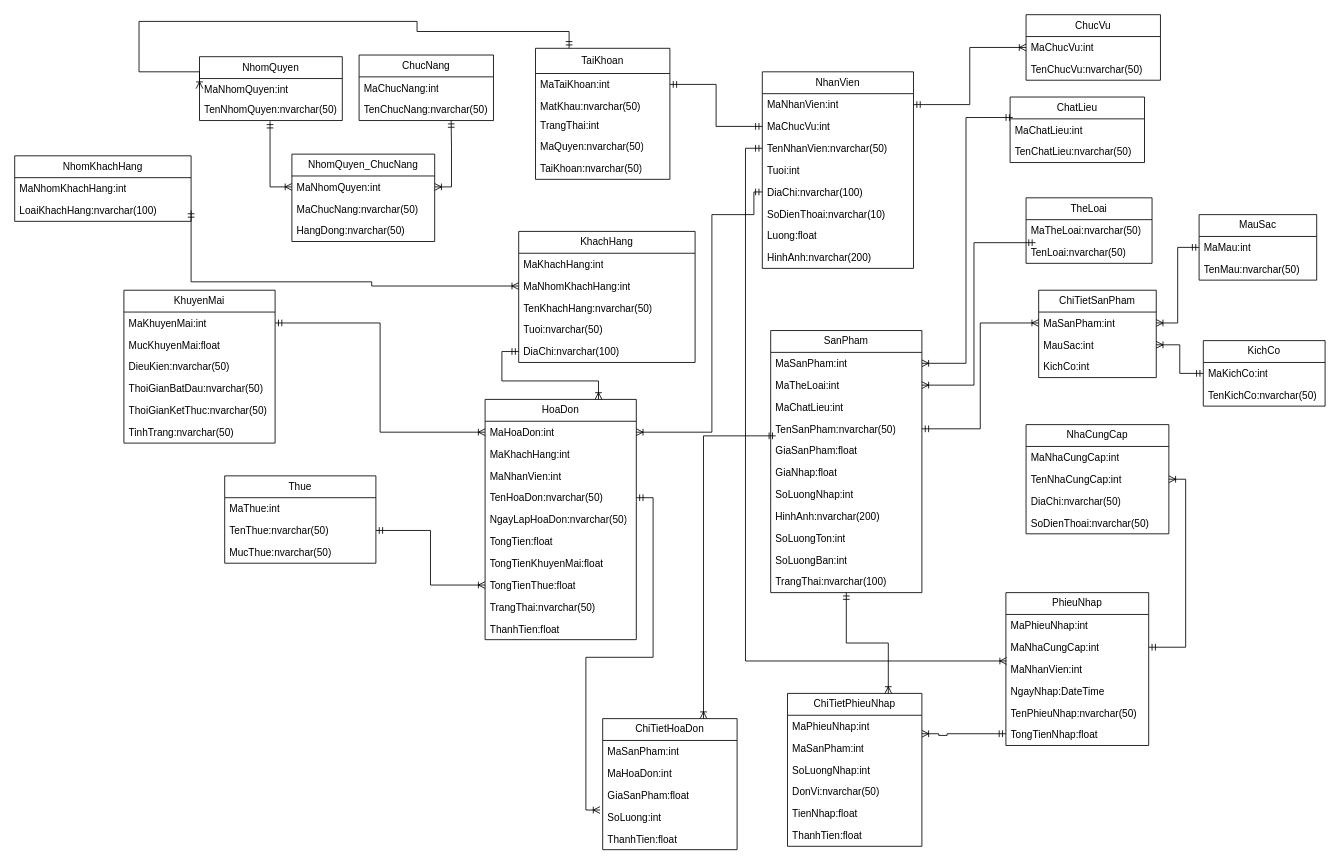
This is Biểu đồ không có tiêu đề (1).drawio from maivantai2003/Database, a draw.io file, before an edit. Source tidied: cells renumbered, new cells numbered last; positions are measured from the earlier drawing's top-left corner, leaving out a move shared by most shapes. Both pictures are drawn from the tidied source at 84%, with x=0, y=0 at pixel (14, 14).
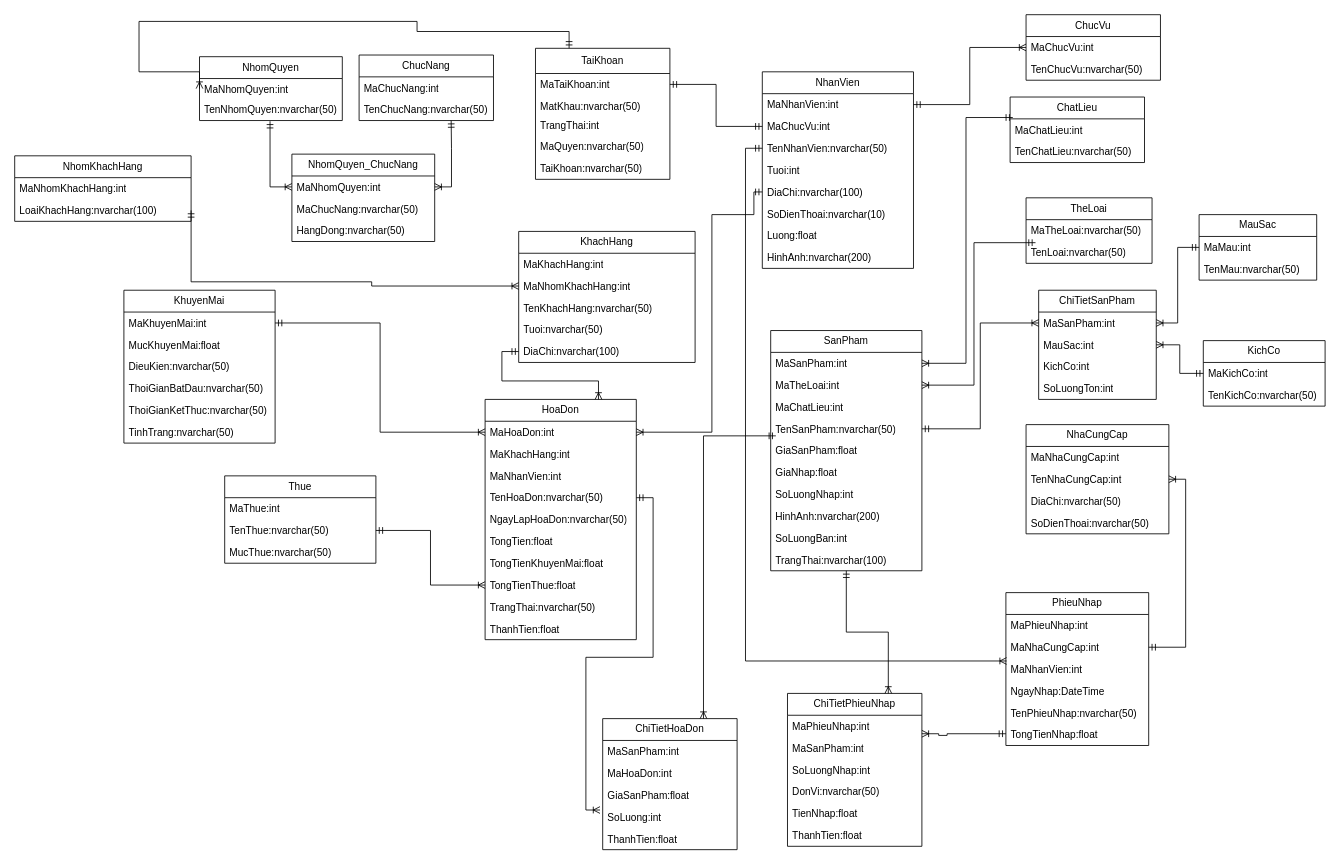
The same page after the edit.

Commit message:
Cập nhật Biểu đồ không có tiêu đề (1).drawio

The edit, as a diff of the source:
```diff
@@
     <mxCell id="44" value="SanPham" style="swimlane;fontStyle=0;horizontal=1;startSize=26;fillColor=none;whiteSpace=wrap;html=1;" parent="1" vertex="1">
-      <mxGeometry x="900" y="376" width="180" height="312" as="geometry" />
+      <mxGeometry x="900" y="376" width="180" height="286" as="geometry" />
     </mxCell>
@@
-    <mxCell id="53" value="SoLuongTon:int" style="text;strokeColor=none;fillColor=none;align=left;verticalAlign=top;spacingLeft=4;spacingRight=4;overflow=hidden;whiteSpace=wrap;html=1;" parent="44" vertex="1">
-      <mxGeometry y="234" width="180" height="26" as="geometry" />
-    </mxCell>
     <mxCell id="54" value="SoLuongBan:int" style="text;strokeColor=none;fillColor=none;align=left;verticalAlign=top;spacingLeft=4;spacingRight=4;overflow=hidden;whiteSpace=wrap;html=1;" parent="44" vertex="1">
-      <mxGeometry y="260" width="180" height="26" as="geometry" />
+      <mxGeometry y="234" width="180" height="26" as="geometry" />
     </mxCell>
     <mxCell id="55" value="TrangThai:nvarchar(100)" style="text;strokeColor=none;fillColor=none;align=left;verticalAlign=top;spacingLeft=4;spacingRight=4;overflow=hidden;whiteSpace=wrap;html=1;" parent="44" vertex="1">
-      <mxGeometry y="286" width="180" height="26" as="geometry" />
+      <mxGeometry y="260" width="180" height="26" as="geometry" />
     </mxCell>
@@
     <mxCell id="128" value="ChiTietSanPham" style="swimlane;fontStyle=0;horizontal=1;startSize=26;fillColor=none;whiteSpace=wrap;html=1;" parent="1" vertex="1">
-      <mxGeometry x="1219" y="328" width="140" height="104" as="geometry" />
+      <mxGeometry x="1219" y="328" width="140" height="130" as="geometry" />
     </mxCell>
@@
+    <mxCell id="53" value="SoLuongTon:int" style="text;strokeColor=none;fillColor=none;align=left;verticalAlign=top;spacingLeft=4;spacingRight=4;overflow=hidden;whiteSpace=wrap;html=1;" parent="128" vertex="1">
+      <mxGeometry y="104" width="140" height="26" as="geometry" />
+    </mxCell>
```
